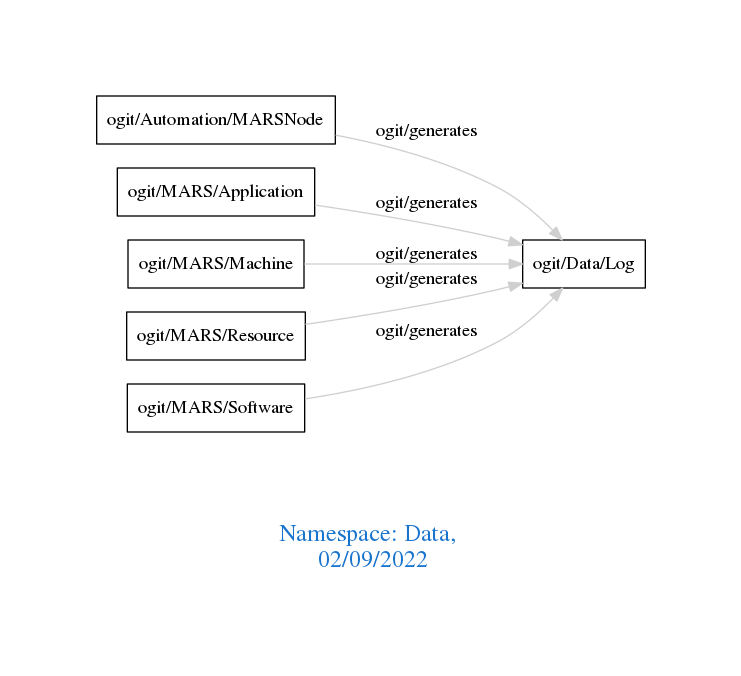
Above: downloads/Data.png in arago/OGIT (Graphviz), before the change. Its source is kept beside it as downloads/Data.dot.
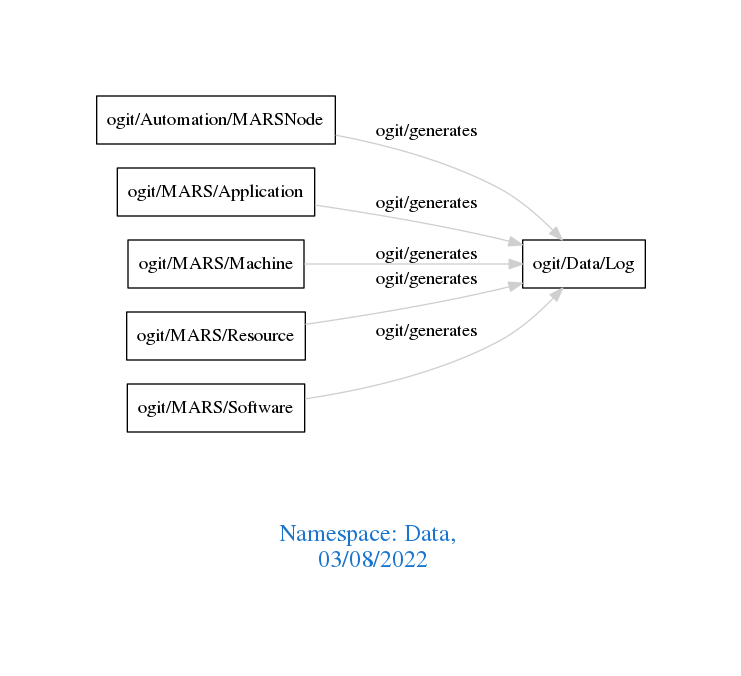
The same file after the commit.

Change to the diagram source:
```diff
@@ -1,7 +1,7 @@
 digraph OGIT_ontology {
  graph [ rankdir= LR,pad=1
 fontsize = 18,
-fontcolor= dodgerblue3,label = "\n\n\nNamespace: Data, \n 02/09/2022"];
+fontcolor= dodgerblue3,label = "\n\n\nNamespace: Data, \n 03/08/2022"];
 node[shape=polygon];
 edge [  color="gray81"];
 
```
